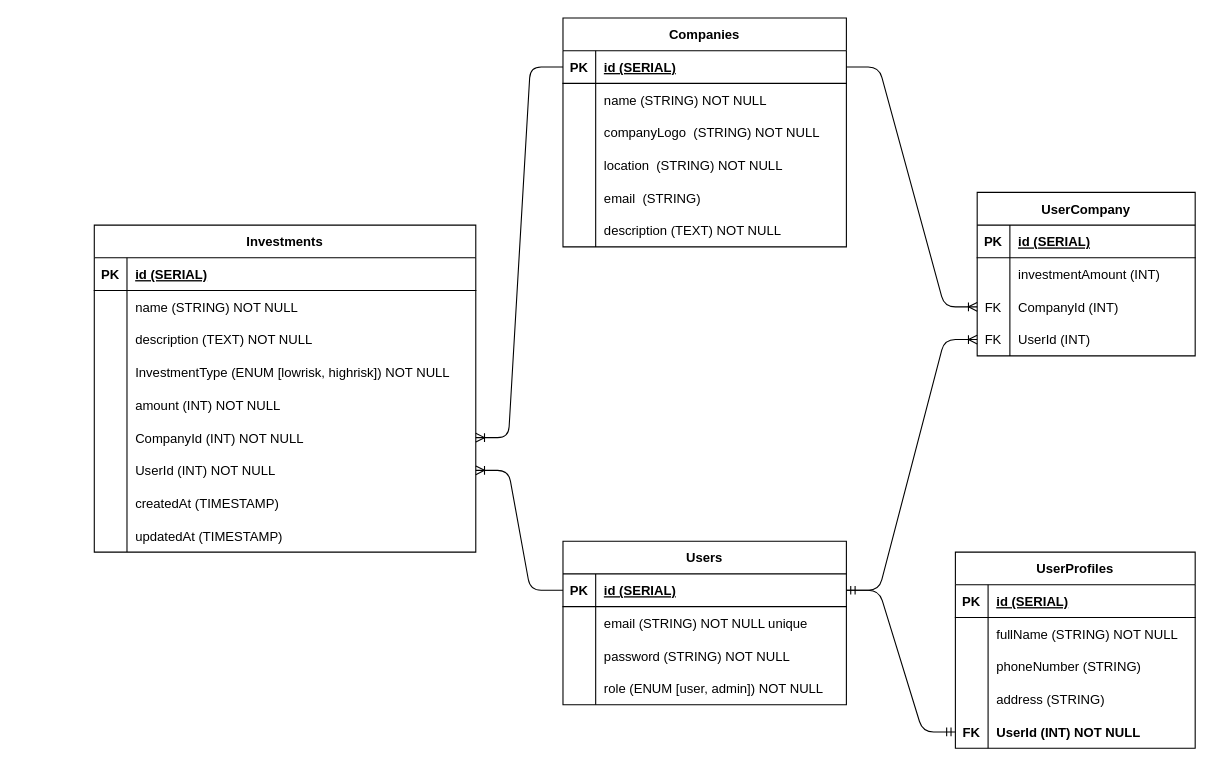
The draw.io diagram schema.drawio in dekalouis/Wealthify, before the edit. Source tidied: cells renumbered, new cells numbered last; positions are measured from the earlier drawing's top-left corner, leaving out a move shared by most shapes. Both pictures are drawn from the tidied source at 109%, with x=0, y=0 at pixel (94, 17).
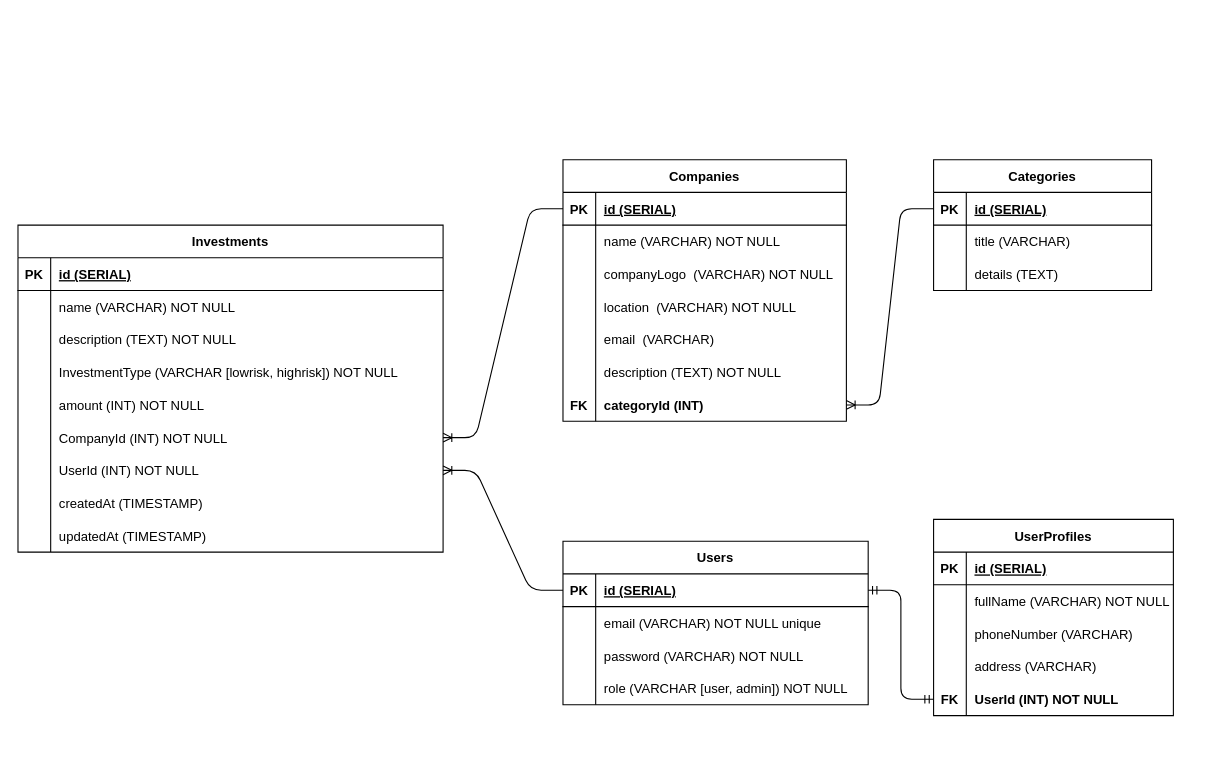
After the change.

Unchanged cells that the change refers to:
```xml
<mxCell id="19" style="shape=tableRow;horizontal=0;startSize=0;swimlaneHead=0;swimlaneBody=0;fillColor=none;top=0;left=0;right=0;bottom=0;" parent="15" vertex="1">
  <mxGeometry y="60" width="220" height="30" as="geometry" />
</mxCell>
<mxCell id="22" style="shape=tableRow;horizontal=0;startSize=0;swimlaneHead=0;swimlaneBody=0;fillColor=none;top=0;left=0;right=0;bottom=0;" parent="15" vertex="1">
  <mxGeometry y="90" width="220" height="30" as="geometry" />
</mxCell>
<mxCell id="25" style="shape=tableRow;horizontal=0;startSize=0;swimlaneHead=0;swimlaneBody=0;fillColor=none;top=0;left=0;right=0;bottom=0;" parent="15" vertex="1">
  <mxGeometry y="120" width="220" height="30" as="geometry" />
</mxCell>
<mxCell id="62" style="shape=tableRow;horizontal=0;startSize=0;swimlaneHead=0;swimlaneBody=0;fillColor=none;points=[[0,0.5],[1,0.5]];portConstraint=eastwest;top=0;left=0;right=0;bottom=1;" parent="61" vertex="1">
  <mxGeometry y="30" width="260" height="30" as="geometry" />
</mxCell>
<mxCell id="65" style="shape=tableRow;horizontal=0;startSize=0;swimlaneHead=0;swimlaneBody=0;fillColor=none;top=0;left=0;right=0;bottom=0;" parent="61" vertex="1">
  <mxGeometry y="60" width="260" height="30" as="geometry" />
</mxCell>
<mxCell id="68" style="shape=tableRow;horizontal=0;startSize=0;swimlaneHead=0;swimlaneBody=0;fillColor=none;top=0;left=0;right=0;bottom=0;" parent="61" vertex="1">
  <mxGeometry y="90" width="260" height="30" as="geometry" />
</mxCell>
<mxCell id="71" style="shape=tableRow;horizontal=0;startSize=0;swimlaneHead=0;swimlaneBody=0;fillColor=none;top=0;left=0;right=0;bottom=0;" parent="61" vertex="1">
  <mxGeometry y="120" width="260" height="30" as="geometry" />
</mxCell>
<mxCell id="74" style="shape=tableRow;horizontal=0;startSize=0;swimlaneHead=0;swimlaneBody=0;fillColor=none;top=0;left=0;right=0;bottom=0;" parent="61" vertex="1">
  <mxGeometry y="150" width="260" height="30" as="geometry" />
</mxCell>
<mxCell id="82" style="shape=tableRow;horizontal=0;startSize=0;swimlaneHead=0;swimlaneBody=0;fillColor=none;points=[[0,0.5],[1,0.5]];portConstraint=eastwest;top=0;left=0;right=0;bottom=1;" parent="81" vertex="1">
  <mxGeometry y="30" width="200" height="30" as="geometry" />
</mxCell>
<mxCell id="85" style="shape=tableRow;horizontal=0;startSize=0;swimlaneHead=0;swimlaneBody=0;fillColor=none;top=0;left=0;right=0;bottom=0;" parent="81" vertex="1">
  <mxGeometry y="60" width="200" height="30" as="geometry" />
</mxCell>
<mxCell id="88" style="shape=tableRow;horizontal=0;startSize=0;swimlaneHead=0;swimlaneBody=0;fillColor=none;points=[[0,0.5],[1,0.5]];portConstraint=eastwest;top=0;left=0;right=0;bottom=0;" parent="81" vertex="1">
  <mxGeometry y="90" width="200" height="30" as="geometry" />
</mxCell>
```

What changed in the source:
```diff
@@
     <mxCell id="2" value="Users" style="shape=table;startSize=30;childLayout=tableLayout;rowLines=0;fontStyle=1;align=center;" parent="1" vertex="1">
-      <mxGeometry x="430" y="480" width="260" height="150" as="geometry" />
+      <mxGeometry x="430" y="480" width="280" height="150" as="geometry" />
     </mxCell>
     <mxCell id="3" style="shape=tableRow;horizontal=0;startSize=0;swimlaneHead=0;swimlaneBody=0;fillColor=none;points=[[0,0.5],[1,0.5]];portConstraint=eastwest;top=0;left=0;right=0;bottom=1;" parent="2" vertex="1">
-      <mxGeometry y="30" width="260" height="30" as="geometry" />
+      <mxGeometry y="30" width="280" height="30" as="geometry" />
     </mxCell>
@@
     <mxCell id="5" value="id (SERIAL)" style="shape=partialRectangle;fillColor=none;top=0;left=0;bottom=0;right=0;align=left;spacingLeft=6;fontStyle=5;overflow=hidden;" parent="3" vertex="1">
-      <mxGeometry x="30" width="230" height="30" as="geometry" />
+      <mxGeometry x="30" width="250" height="30" as="geometry" />
     </mxCell>
     <mxCell id="6" style="shape=tableRow;horizontal=0;startSize=0;swimlaneHead=0;swimlaneBody=0;fillColor=none;top=0;left=0;right=0;bottom=0;" parent="2" vertex="1">
-      <mxGeometry y="60" width="260" height="30" as="geometry" />
+      <mxGeometry y="60" width="280" height="30" as="geometry" />
     </mxCell>
@@
-    <mxCell id="8" value="email (STRING) NOT NULL unique" style="shape=partialRectangle;fillColor=none;top=0;left=0;bottom=0;right=0;align=left;spacingLeft=6;overflow=hidden;" parent="6" vertex="1">
-      <mxGeometry x="30" width="230" height="30" as="geometry" />
+    <mxCell id="8" value="email (VARCHAR) NOT NULL unique" style="shape=partialRectangle;fillColor=none;top=0;left=0;bottom=0;right=0;align=left;spacingLeft=6;overflow=hidden;" parent="6" vertex="1">
+      <mxGeometry x="30" width="250" height="30" as="geometry" />
     </mxCell>
     <mxCell id="9" style="shape=tableRow;horizontal=0;startSize=0;swimlaneHead=0;swimlaneBody=0;fillColor=none;top=0;left=0;right=0;bottom=0;" parent="2" vertex="1">
-      <mxGeometry y="90" width="260" height="30" as="geometry" />
+      <mxGeometry y="90" width="280" height="30" as="geometry" />
     </mxCell>
@@
-    <mxCell id="11" value="password (STRING) NOT NULL" style="shape=partialRectangle;fillColor=none;top=0;left=0;bottom=0;right=0;align=left;spacingLeft=6;overflow=hidden;" parent="9" vertex="1">
-      <mxGeometry x="30" width="230" height="30" as="geometry" />
+    <mxCell id="11" value="password (VARCHAR) NOT NULL" style="shape=partialRectangle;fillColor=none;top=0;left=0;bottom=0;right=0;align=left;spacingLeft=6;overflow=hidden;" parent="9" vertex="1">
+      <mxGeometry x="30" width="250" height="30" as="geometry" />
     </mxCell>
     <mxCell id="12" style="shape=tableRow;horizontal=0;startSize=0;swimlaneHead=0;swimlaneBody=0;fillColor=none;top=0;left=0;right=0;bottom=0;" parent="2" vertex="1">
-      <mxGeometry y="120" width="260" height="30" as="geometry" />
+      <mxGeometry y="120" width="280" height="30" as="geometry" />
     </mxCell>
@@
-    <mxCell id="14" value="role (ENUM [user, admin]) NOT NULL" style="shape=partialRectangle;fillColor=none;top=0;left=0;bottom=0;right=0;align=left;spacingLeft=6;overflow=hidden;" parent="12" vertex="1">
-      <mxGeometry x="30" width="230" height="30" as="geometry" />
+    <mxCell id="14" value="role (VARCHAR [user, admin]) NOT NULL" style="shape=partialRectangle;fillColor=none;top=0;left=0;bottom=0;right=0;align=left;spacingLeft=6;overflow=hidden;" parent="12" vertex="1">
+      <mxGeometry x="30" width="250" height="30" as="geometry" />
     </mxCell>
     <mxCell id="15" value="UserProfiles" style="shape=table;startSize=30;childLayout=tableLayout;rowLines=0;fontStyle=1;align=center;" parent="1" vertex="1">
-      <mxGeometry x="790" y="490" width="220" height="180" as="geometry" />
+      <mxGeometry x="770" y="460" width="220" height="180" as="geometry" />
     </mxCell>
@@
-    <mxCell id="21" value="fullName (STRING) NOT NULL" style="shape=partialRectangle;fillColor=none;top=0;left=0;bottom=0;right=0;align=left;spacingLeft=6;overflow=hidden;" parent="19" vertex="1">
+    <mxCell id="21" value="fullName (VARCHAR) NOT NULL" style="shape=partialRectangle;fillColor=none;top=0;left=0;bottom=0;right=0;align=left;spacingLeft=6;overflow=hidden;" parent="19" vertex="1">
       <mxGeometry x="30" width="190" height="30" as="geometry" />
     </mxCell>
@@
-    <mxCell id="24" value="phoneNumber (STRING)" style="shape=partialRectangle;fillColor=none;top=0;left=0;bottom=0;right=0;align=left;spacingLeft=6;overflow=hidden;" parent="22" vertex="1">
+    <mxCell id="24" value="phoneNumber (VARCHAR)" style="shape=partialRectangle;fillColor=none;top=0;left=0;bottom=0;right=0;align=left;spacingLeft=6;overflow=hidden;" parent="22" vertex="1">
       <mxGeometry x="30" width="190" height="30" as="geometry" />
     </mxCell>
@@
-    <mxCell id="27" value="address (STRING)" style="shape=partialRectangle;fillColor=none;top=0;left=0;bottom=0;right=0;align=left;spacingLeft=6;overflow=hidden;" parent="25" vertex="1">
+    <mxCell id="27" value="address (VARCHAR)" style="shape=partialRectangle;fillColor=none;top=0;left=0;bottom=0;right=0;align=left;spacingLeft=6;overflow=hidden;" parent="25" vertex="1">
       <mxGeometry x="30" width="190" height="30" as="geometry" />
     </mxCell>
@@
     <mxCell id="32" value="Investments" style="shape=table;startSize=30;childLayout=tableLayout;rowLines=0;fontStyle=1;align=center;" parent="1" vertex="1">
-      <mxGeometry y="190" width="350" height="300" as="geometry" />
+      <mxGeometry x="-70" y="190" width="390" height="300" as="geometry" />
     </mxCell>
     <mxCell id="33" style="shape=tableRow;horizontal=0;startSize=0;swimlaneHead=0;swimlaneBody=0;fillColor=none;top=0;left=0;right=0;bottom=1;" parent="32" vertex="1">
-      <mxGeometry y="30" width="350" height="30" as="geometry" />
+      <mxGeometry y="30" width="390" height="30" as="geometry" />
     </mxCell>
@@
     <mxCell id="35" value="id (SERIAL)" style="shape=partialRectangle;fillColor=none;top=0;left=0;bottom=0;right=0;align=left;spacingLeft=6;fontStyle=5;overflow=hidden;" parent="33" vertex="1">
-      <mxGeometry x="30" width="320" height="30" as="geometry" />
+      <mxGeometry x="30" width="360" height="30" as="geometry" />
     </mxCell>
     <mxCell id="36" style="shape=tableRow;horizontal=0;startSize=0;swimlaneHead=0;swimlaneBody=0;fillColor=none;top=0;left=0;right=0;bottom=0;" parent="32" vertex="1">
-      <mxGeometry y="60" width="350" height="30" as="geometry" />
+      <mxGeometry y="60" width="390" height="30" as="geometry" />
     </mxCell>
@@
-    <mxCell id="38" value="name (STRING) NOT NULL" style="shape=partialRectangle;fillColor=none;top=0;left=0;bottom=0;right=0;align=left;spacingLeft=6;overflow=hidden;" parent="36" vertex="1">
-      <mxGeometry x="30" width="320" height="30" as="geometry" />
+    <mxCell id="38" value="name (VARCHAR) NOT NULL" style="shape=partialRectangle;fillColor=none;top=0;left=0;bottom=0;right=0;align=left;spacingLeft=6;overflow=hidden;" parent="36" vertex="1">
+      <mxGeometry x="30" width="360" height="30" as="geometry" />
     </mxCell>
     <mxCell id="39" style="shape=tableRow;horizontal=0;startSize=0;swimlaneHead=0;swimlaneBody=0;fillColor=none;top=0;left=0;right=0;bottom=0;" parent="32" vertex="1">
-      <mxGeometry y="90" width="350" height="30" as="geometry" />
+      <mxGeometry y="90" width="390" height="30" as="geometry" />
     </mxCell>
@@
     <mxCell id="41" value="description (TEXT) NOT NULL" style="shape=partialRectangle;fillColor=none;top=0;left=0;bottom=0;right=0;align=left;spacingLeft=6;overflow=hidden;" parent="39" vertex="1">
-      <mxGeometry x="30" width="320" height="30" as="geometry" />
+      <mxGeometry x="30" width="360" height="30" as="geometry" />
     </mxCell>
     <mxCell id="42" style="shape=tableRow;horizontal=0;startSize=0;swimlaneHead=0;swimlaneBody=0;fillColor=none;top=0;left=0;right=0;bottom=0;" parent="32" vertex="1">
-      <mxGeometry y="120" width="350" height="30" as="geometry" />
+      <mxGeometry y="120" width="390" height="30" as="geometry" />
     </mxCell>
@@
-    <mxCell id="44" value="InvestmentType (ENUM [lowrisk, highrisk]) NOT NULL" style="shape=partialRectangle;fillColor=none;top=0;left=0;bottom=0;right=0;align=left;spacingLeft=6;overflow=hidden;" parent="42" vertex="1">
-      <mxGeometry x="30" width="320" height="30" as="geometry" />
+    <mxCell id="44" value="InvestmentType (VARCHAR [lowrisk, highrisk]) NOT NULL" style="shape=partialRectangle;fillColor=none;top=0;left=0;bottom=0;right=0;align=left;spacingLeft=6;overflow=hidden;" parent="42" vertex="1">
+      <mxGeometry x="30" width="360" height="30" as="geometry" />
     </mxCell>
     <mxCell id="45" style="shape=tableRow;horizontal=0;startSize=0;swimlaneHead=0;swimlaneBody=0;fillColor=none;top=0;left=0;right=0;bottom=0;" parent="32" vertex="1">
-      <mxGeometry y="150" width="350" height="30" as="geometry" />
+      <mxGeometry y="150" width="390" height="30" as="geometry" />
     </mxCell>
@@
     <mxCell id="47" value="amount (INT) NOT NULL" style="shape=partialRectangle;fillColor=none;top=0;left=0;bottom=0;right=0;align=left;spacingLeft=6;overflow=hidden;" parent="45" vertex="1">
-      <mxGeometry x="30" width="320" height="30" as="geometry" />
+      <mxGeometry x="30" width="360" height="30" as="geometry" />
     </mxCell>
     <mxCell id="48" style="shape=tableRow;horizontal=0;startSize=0;swimlaneHead=0;swimlaneBody=0;fillColor=none;points=[[0,0.5],[1,0.5]];portConstraint=eastwest;top=0;left=0;right=0;bottom=0;" parent="32" vertex="1">
-      <mxGeometry y="180" width="350" height="30" as="geometry" />
+      <mxGeometry y="180" width="390" height="30" as="geometry" />
     </mxCell>
@@
     <mxCell id="50" value="CompanyId (INT) NOT NULL" style="shape=partialRectangle;fillColor=none;top=0;left=0;bottom=0;right=0;align=left;spacingLeft=6;overflow=hidden;" parent="48" vertex="1">
-      <mxGeometry x="30" width="320" height="30" as="geometry" />
+      <mxGeometry x="30" width="360" height="30" as="geometry" />
     </mxCell>
     <mxCell id="51" style="shape=tableRow;horizontal=0;startSize=0;swimlaneHead=0;swimlaneBody=0;fillColor=none;points=[[0,0.5],[1,0.5]];portConstraint=eastwest;top=0;left=0;right=0;bottom=0;" parent="32" vertex="1">
-      <mxGeometry y="210" width="350" height="30" as="geometry" />
+      <mxGeometry y="210" width="390" height="30" as="geometry" />
     </mxCell>
@@
     <mxCell id="53" value="UserId (INT) NOT NULL" style="shape=partialRectangle;fillColor=none;top=0;left=0;bottom=0;right=0;align=left;spacingLeft=6;overflow=hidden;" parent="51" vertex="1">
-      <mxGeometry x="30" width="320" height="30" as="geometry" />
+      <mxGeometry x="30" width="360" height="30" as="geometry" />
     </mxCell>
     <mxCell id="54" style="shape=tableRow;horizontal=0;startSize=0;swimlaneHead=0;swimlaneBody=0;fillColor=none;top=0;left=0;right=0;bottom=0;" parent="32" vertex="1">
-      <mxGeometry y="240" width="350" height="30" as="geometry" />
+      <mxGeometry y="240" width="390" height="30" as="geometry" />
     </mxCell>
@@
     <mxCell id="56" value="createdAt (TIMESTAMP)" style="shape=partialRectangle;fillColor=none;top=0;left=0;bottom=0;right=0;align=left;spacingLeft=6;overflow=hidden;" parent="54" vertex="1">
-      <mxGeometry x="30" width="320" height="30" as="geometry" />
+      <mxGeometry x="30" width="360" height="30" as="geometry" />
     </mxCell>
     <mxCell id="57" style="shape=tableRow;horizontal=0;startSize=0;swimlaneHead=0;swimlaneBody=0;fillColor=none;top=0;left=0;right=0;bottom=0;" parent="32" vertex="1">
-      <mxGeometry y="270" width="350" height="30" as="geometry" />
+      <mxGeometry y="270" width="390" height="30" as="geometry" />
     </mxCell>
@@
     <mxCell id="59" value="updatedAt (TIMESTAMP)" style="shape=partialRectangle;fillColor=none;top=0;left=0;bottom=0;right=0;align=left;spacingLeft=6;overflow=hidden;" parent="57" vertex="1">
-      <mxGeometry x="30" width="320" height="30" as="geometry" />
+      <mxGeometry x="30" width="360" height="30" as="geometry" />
     </mxCell>
@@
     <mxCell id="61" value="Companies" style="shape=table;startSize=30;childLayout=tableLayout;rowLines=0;fontStyle=1;align=center;" parent="1" vertex="1">
-      <mxGeometry x="430" width="260" height="210" as="geometry" />
+      <mxGeometry x="430" y="130" width="260" height="240" as="geometry" />
     </mxCell>
@@
-    <mxCell id="67" value="name (STRING) NOT NULL" style="shape=partialRectangle;fillColor=none;top=0;left=0;bottom=0;right=0;align=left;spacingLeft=6;overflow=hidden;" parent="65" vertex="1">
+    <mxCell id="67" value="name (VARCHAR) NOT NULL" style="shape=partialRectangle;fillColor=none;top=0;left=0;bottom=0;right=0;align=left;spacingLeft=6;overflow=hidden;" parent="65" vertex="1">
       <mxGeometry x="30" width="230" height="30" as="geometry" />
     </mxCell>
@@
-    <mxCell id="70" value="companyLogo  (STRING) NOT NULL" style="shape=partialRectangle;fillColor=none;top=0;left=0;bottom=0;right=0;align=left;spacingLeft=6;overflow=hidden;" parent="68" vertex="1">
+    <mxCell id="70" value="companyLogo  (VARCHAR) NOT NULL" style="shape=partialRectangle;fillColor=none;top=0;left=0;bottom=0;right=0;align=left;spacingLeft=6;overflow=hidden;" parent="68" vertex="1">
       <mxGeometry x="30" width="230" height="30" as="geometry" />
     </mxCell>
@@
-    <mxCell id="73" value="location  (STRING) NOT NULL" style="shape=partialRectangle;fillColor=none;top=0;left=0;bottom=0;right=0;align=left;spacingLeft=6;overflow=hidden;" parent="71" vertex="1">
+    <mxCell id="73" value="location  (VARCHAR) NOT NULL" style="shape=partialRectangle;fillColor=none;top=0;left=0;bottom=0;right=0;align=left;spacingLeft=6;overflow=hidden;" parent="71" vertex="1">
       <mxGeometry x="30" width="230" height="30" as="geometry" />
     </mxCell>
@@
-    <mxCell id="76" value="email  (STRING) " style="shape=partialRectangle;fillColor=none;top=0;left=0;bottom=0;right=0;align=left;spacingLeft=6;overflow=hidden;" parent="74" vertex="1">
+    <mxCell id="76" value="email  (VARCHAR) " style="shape=partialRectangle;fillColor=none;top=0;left=0;bottom=0;right=0;align=left;spacingLeft=6;overflow=hidden;" parent="74" vertex="1">
       <mxGeometry x="30" width="230" height="30" as="geometry" />
     </mxCell>
@@
+    <mxCell id="96" style="shape=tableRow;horizontal=0;startSize=0;swimlaneHead=0;swimlaneBody=0;fillColor=none;points=[[0,0.5],[1,0.5]];portConstraint=eastwest;top=0;left=0;right=0;bottom=0;" parent="61" vertex="1">
+      <mxGeometry y="210" width="260" height="30" as="geometry" />
+    </mxCell>
+    <mxCell id="92" value="FK" style="shape=partialRectangle;fillColor=none;top=0;left=0;bottom=0;right=0;overflow=hidden;fontStyle=1;" parent="96" vertex="1">
+      <mxGeometry width="30" height="30" as="geometry" />
+    </mxCell>
+    <mxCell id="97" value="categoryId (INT)" style="shape=partialRectangle;fillColor=none;top=0;left=0;bottom=0;right=0;align=left;spacingLeft=6;overflow=hidden;fontStyle=1;" parent="96" vertex="1">
+      <mxGeometry x="30" width="230" height="30" as="geometry" />
+    </mxCell>
@@
-    <mxCell id="81" value="UserCompany" style="shape=table;startSize=30;childLayout=tableLayout;rowLines=0;fontStyle=1;align=center;" parent="1" vertex="1">
-      <mxGeometry x="810" y="160" width="200" height="150" as="geometry" />
+    <mxCell id="81" value="Categories" style="shape=table;startSize=30;childLayout=tableLayout;rowLines=0;fontStyle=1;align=center;" parent="1" vertex="1">
+      <mxGeometry x="770" y="130" width="200" height="120" as="geometry" />
     </mxCell>
@@
-    <mxCell id="87" value="investmentAmount (INT)" style="shape=partialRectangle;fillColor=none;top=0;left=0;bottom=0;right=0;align=left;spacingLeft=6;overflow=hidden;" parent="85" vertex="1">
+    <mxCell id="87" value="title (VARCHAR)" style="shape=partialRectangle;fillColor=none;top=0;left=0;bottom=0;right=0;align=left;spacingLeft=6;overflow=hidden;" parent="85" vertex="1">
       <mxGeometry x="30" width="170" height="30" as="geometry" />
     </mxCell>
@@
-    <mxCell id="89" value="FK" style="shape=partialRectangle;fillColor=none;top=0;left=0;bottom=0;right=0;overflow=hidden;" parent="88" vertex="1">
+    <mxCell id="89" style="shape=partialRectangle;fillColor=none;top=0;left=0;bottom=0;right=0;overflow=hidden;" parent="88" vertex="1">
       <mxGeometry width="30" height="30" as="geometry" />
     </mxCell>
-    <mxCell id="90" value="CompanyId (INT)" style="shape=partialRectangle;fillColor=none;top=0;left=0;bottom=0;right=0;align=left;spacingLeft=6;overflow=hidden;" parent="88" vertex="1">
+    <mxCell id="90" value="details (TEXT)" style="shape=partialRectangle;fillColor=none;top=0;left=0;bottom=0;right=0;align=left;spacingLeft=6;overflow=hidden;" parent="88" vertex="1">
       <mxGeometry x="30" width="170" height="30" as="geometry" />
     </mxCell>
-    <mxCell id="91" style="shape=tableRow;horizontal=0;startSize=0;swimlaneHead=0;swimlaneBody=0;fillColor=none;points=[[0,0.5],[1,0.5]];portConstraint=eastwest;top=0;left=0;right=0;bottom=0;" parent="81" vertex="1">
-      <mxGeometry y="120" width="200" height="30" as="geometry" />
-    </mxCell>
-    <mxCell id="92" value="FK" style="shape=partialRectangle;fillColor=none;top=0;left=0;bottom=0;right=0;overflow=hidden;" parent="91" vertex="1">
-      <mxGeometry width="30" height="30" as="geometry" />
-    </mxCell>
-    <mxCell id="93" value="UserId (INT)" style="shape=partialRectangle;fillColor=none;top=0;left=0;bottom=0;right=0;align=left;spacingLeft=6;overflow=hidden;" parent="91" vertex="1">
-      <mxGeometry x="30" width="170" height="30" as="geometry" />
-    </mxCell>
-    <mxCell id="94" style="edgeStyle=entityRelationEdgeStyle;fontSize=12;html=1;endArrow=ERoneToMany;exitX=1;exitY=0.5;exitDx=0;exitDy=0;entryX=0;entryY=0.5;entryDx=0;entryDy=0;" parent="1" edge="1" source="62" target="88">
-      <mxGeometry relative="1" as="geometry" />
-    </mxCell>
-    <mxCell id="95" style="edgeStyle=entityRelationEdgeStyle;fontSize=12;html=1;endArrow=ERoneToMany;entryX=0;entryY=0.5;entryDx=0;entryDy=0;exitX=1;exitY=0.5;exitDx=0;exitDy=0;" parent="1" edge="1" source="3" target="91">
-      <mxGeometry relative="1" as="geometry" />
-    </mxCell>
+    <mxCell id="98" style="edgeStyle=entityRelationEdgeStyle;fontSize=12;html=1;endArrow=ERoneToMany;exitX=0;exitY=0.5;exitDx=0;exitDy=0;entryX=1;entryY=0.5;entryDx=0;entryDy=0;" parent="1" edge="1" source="82" target="96">
+      <mxGeometry relative="1" as="geometry" />
+    </mxCell>
```
